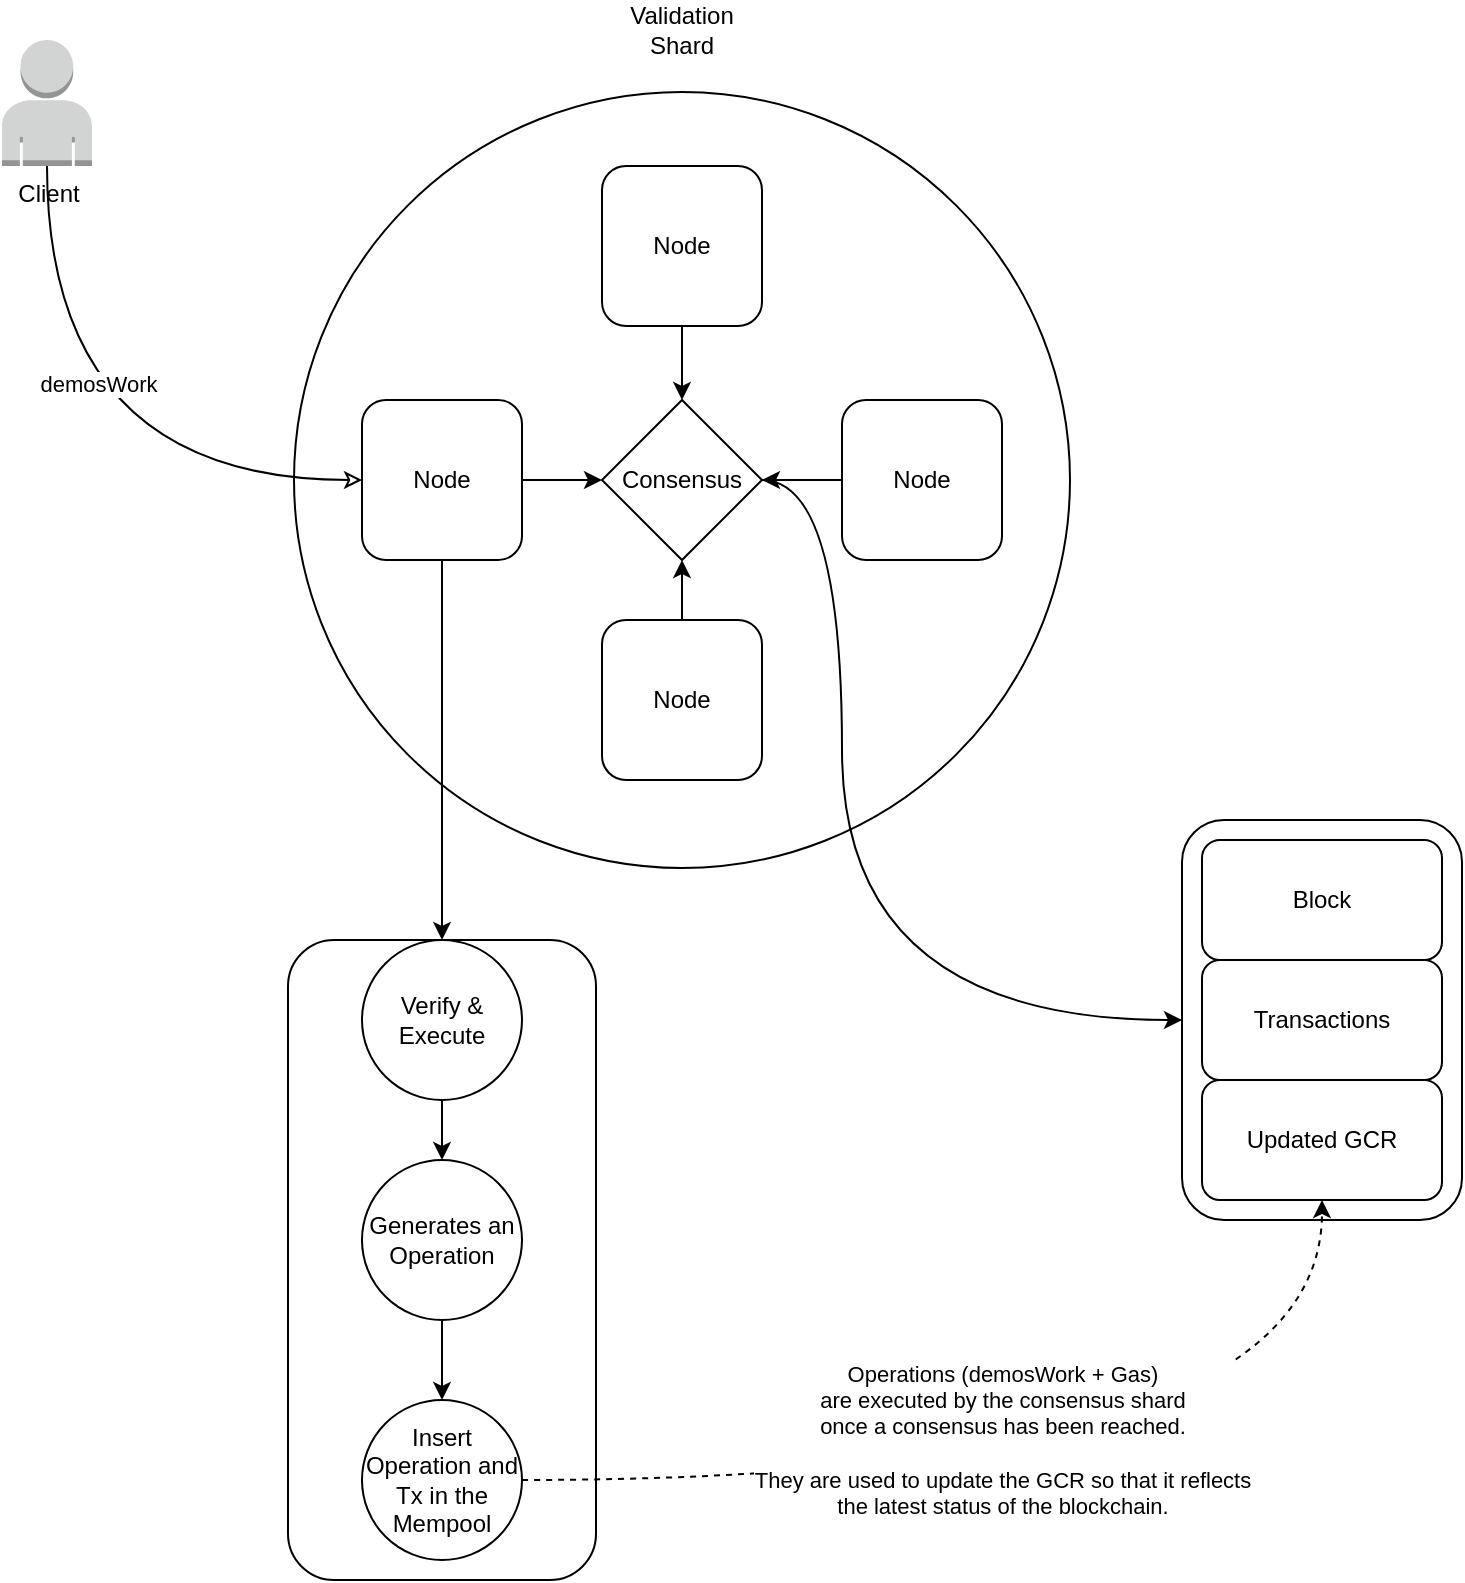
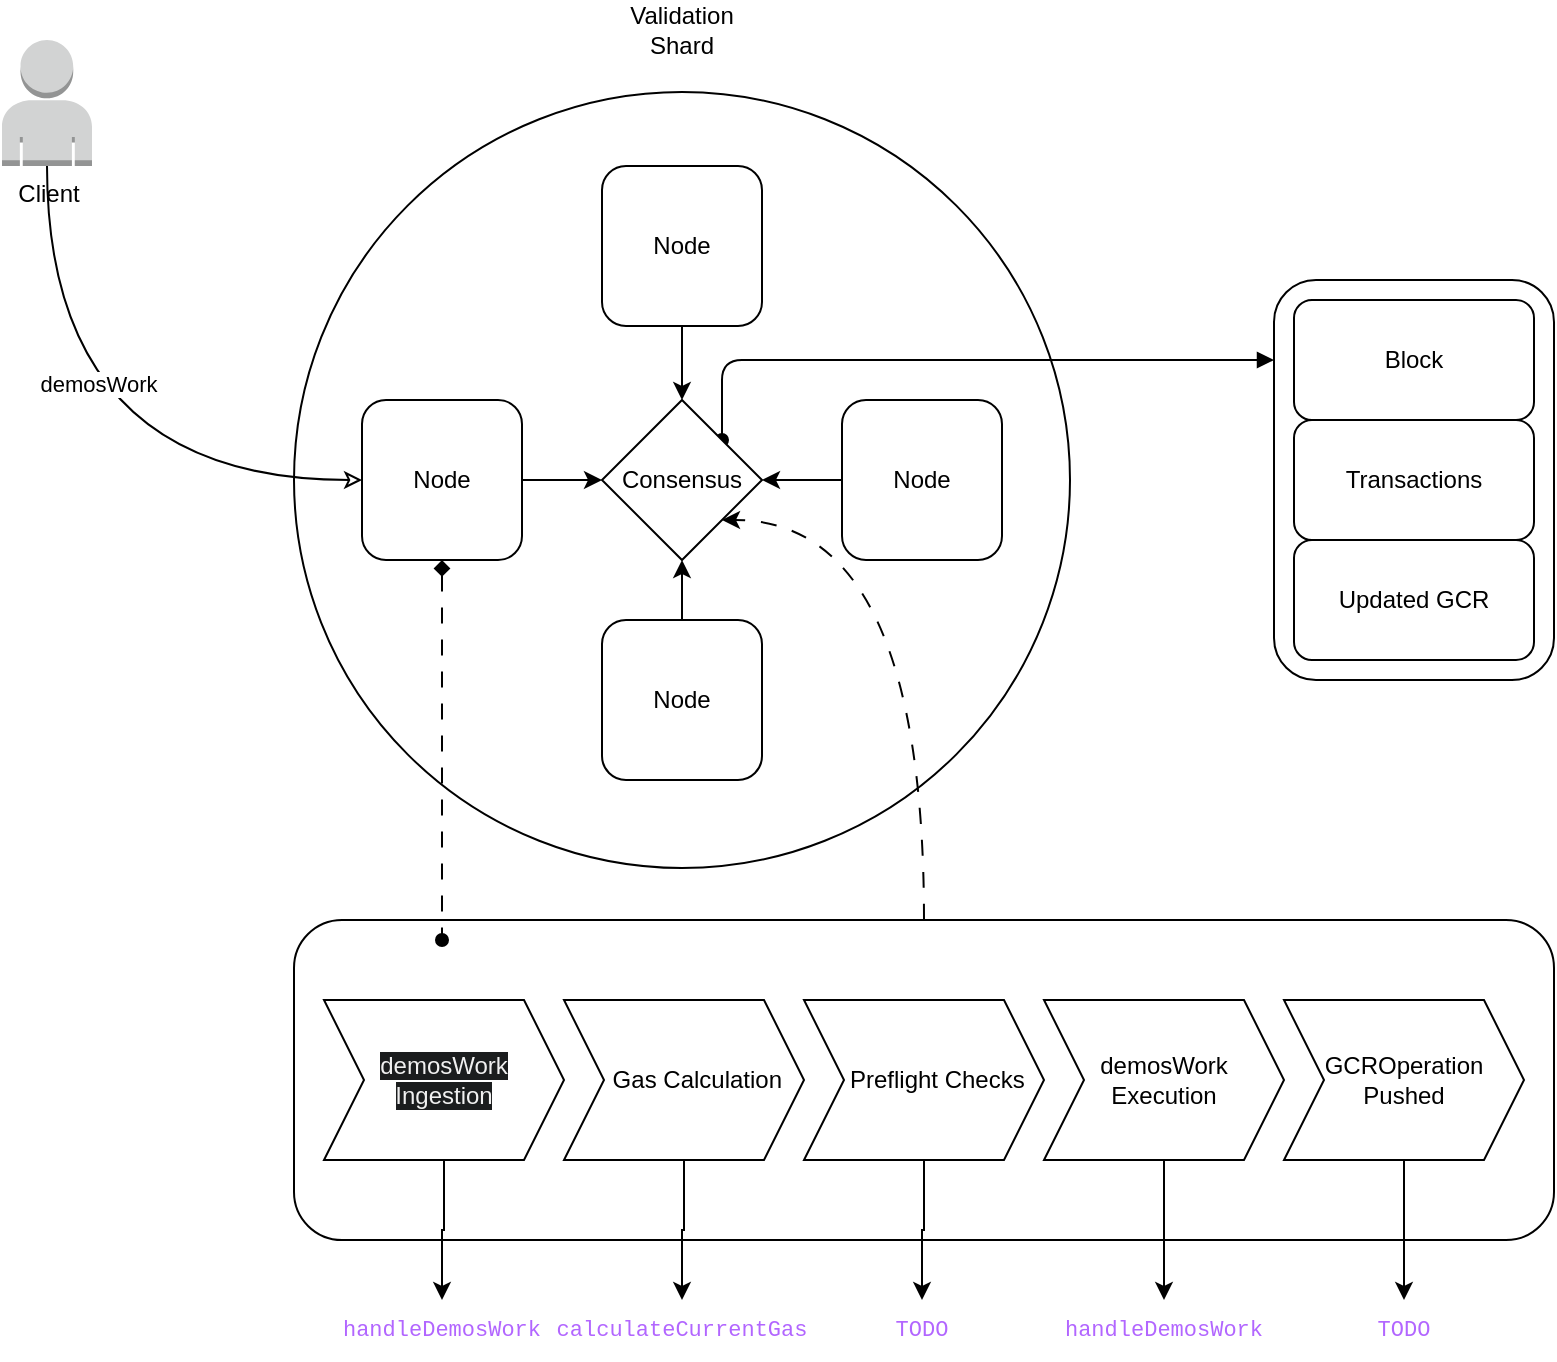
<mxfile host="Electron" agent="Mozilla/5.0 (X11; Linux x86_64) AppleWebKit/537.36 (KHTML, like Gecko) draw.io/24.7.17 Chrome/128.0.6613.36 Electron/32.0.1 Safari/537.36" version="24.7.17">
  <diagram name="Pagina-1" id="6OgqxmN-AjYIUyBp4-R9">
    <mxGraphModel dx="983" dy="633" grid="1" gridSize="10" guides="1" tooltips="1" connect="1" arrows="1" fold="1" page="1" pageScale="1" pageWidth="827" pageHeight="1169" math="0" shadow="0">
      <root>
        <mxCell id="0" />
        <mxCell id="1" parent="0" />
+         <mxCell id="Wrf8SN04h6yrP1RkwF0V-42" style="edgeStyle=orthogonalEdgeStyle;rounded=0;orthogonalLoop=1;jettySize=auto;html=1;entryX=1;entryY=1;entryDx=0;entryDy=0;curved=1;dashed=1;dashPattern=8 8;" edge="1" parent="1" source="Wrf8SN04h6yrP1RkwF0V-38" target="Wrf8SN04h6yrP1RkwF0V-18">
+           <mxGeometry relative="1" as="geometry">
+             <Array as="points">
+               <mxPoint x="521" y="280" />
+             </Array>
+           </mxGeometry>
+         </mxCell>
+         <mxCell id="Wrf8SN04h6yrP1RkwF0V-38" value="" style="rounded=1;whiteSpace=wrap;html=1;fillColor=none;" vertex="1" parent="1">
+           <mxGeometry x="206" y="480" width="630" height="160" as="geometry" />
+         </mxCell>
+         <mxCell id="Wrf8SN04h6yrP1RkwF0V-43" style="edgeStyle=orthogonalEdgeStyle;rounded=1;orthogonalLoop=1;jettySize=auto;html=1;entryX=1;entryY=0;entryDx=0;entryDy=0;startArrow=block;startFill=1;endArrow=oval;endFill=1;curved=0;" edge="1" parent="1" source="Wrf8SN04h6yrP1RkwF0V-27" target="Wrf8SN04h6yrP1RkwF0V-18">
+           <mxGeometry relative="1" as="geometry">
+             <Array as="points">
+               <mxPoint x="420" y="200" />
+             </Array>
+           </mxGeometry>
+         </mxCell>
        <mxCell id="Wrf8SN04h6yrP1RkwF0V-27" value="" style="rounded=1;whiteSpace=wrap;html=1;fillColor=none;" vertex="1" parent="1">
-           <mxGeometry x="650" y="430" width="140" height="200" as="geometry" />
-         </mxCell>
-         <mxCell id="Wrf8SN04h6yrP1RkwF0V-17" value="" style="rounded=1;whiteSpace=wrap;html=1;fillColor=none;" vertex="1" parent="1">
-           <mxGeometry x="203" y="490" width="154" height="320" as="geometry" />
+           <mxGeometry x="696" y="160" width="140" height="200" as="geometry" />
        </mxCell>
        <mxCell id="Wrf8SN04h6yrP1RkwF0V-6" value="" style="ellipse;whiteSpace=wrap;html=1;aspect=fixed;fillColor=none;" vertex="1" parent="1">
          <mxGeometry x="206" y="66" width="388" height="388" as="geometry" />
        </mxCell>
        <mxCell id="8zVRzssK-uAtErr2Ynbm-1" value="Client" style="outlineConnect=0;dashed=0;verticalLabelPosition=bottom;verticalAlign=top;align=center;html=1;shape=mxgraph.aws3.user;fillColor=#D2D3D3;gradientColor=none;" parent="1" vertex="1">
          <mxGeometry x="60" y="40" width="45" height="63" as="geometry" />
        </mxCell>
        <mxCell id="Wrf8SN04h6yrP1RkwF0V-9" style="edgeStyle=orthogonalEdgeStyle;rounded=0;orthogonalLoop=1;jettySize=auto;html=1;curved=1;startArrow=classic;startFill=0;endArrow=none;endFill=0;" edge="1" parent="1" source="Wrf8SN04h6yrP1RkwF0V-1" target="8zVRzssK-uAtErr2Ynbm-1">
          <mxGeometry relative="1" as="geometry" />
        </mxCell>
        <mxCell id="Wrf8SN04h6yrP1RkwF0V-10" value="demosWork" style="edgeLabel;html=1;align=center;verticalAlign=middle;resizable=0;points=[];" vertex="1" connectable="0" parent="Wrf8SN04h6yrP1RkwF0V-9">
          <mxGeometry x="0.3088" y="-25" relative="1" as="geometry">
            <mxPoint as="offset" />
          </mxGeometry>
        </mxCell>
-         <mxCell id="Wrf8SN04h6yrP1RkwF0V-12" style="edgeStyle=orthogonalEdgeStyle;rounded=0;orthogonalLoop=1;jettySize=auto;html=1;" edge="1" parent="1" source="Wrf8SN04h6yrP1RkwF0V-1" target="Wrf8SN04h6yrP1RkwF0V-11">
-           <mxGeometry relative="1" as="geometry" />
+         <mxCell id="Wrf8SN04h6yrP1RkwF0V-12" style="edgeStyle=orthogonalEdgeStyle;rounded=0;orthogonalLoop=1;jettySize=auto;html=1;dashed=1;dashPattern=8 8;startArrow=diamond;startFill=1;endArrow=oval;endFill=1;" edge="1" parent="1" source="Wrf8SN04h6yrP1RkwF0V-1">
+           <mxGeometry relative="1" as="geometry">
+             <mxPoint x="280" y="490" as="targetPoint" />
+           </mxGeometry>
        </mxCell>
        <mxCell id="Wrf8SN04h6yrP1RkwF0V-20" value="" style="edgeStyle=orthogonalEdgeStyle;rounded=0;orthogonalLoop=1;jettySize=auto;html=1;" edge="1" parent="1" source="Wrf8SN04h6yrP1RkwF0V-1" target="Wrf8SN04h6yrP1RkwF0V-18">
          <mxGeometry relative="1" as="geometry" />
        </mxCell>
        <mxCell id="Wrf8SN04h6yrP1RkwF0V-1" value="Node" style="whiteSpace=wrap;html=1;aspect=fixed;rounded=1;" vertex="1" parent="1">
          <mxGeometry x="240" y="220" width="80" height="80" as="geometry" />
        </mxCell>
        <mxCell id="Wrf8SN04h6yrP1RkwF0V-22" value="" style="edgeStyle=orthogonalEdgeStyle;rounded=0;orthogonalLoop=1;jettySize=auto;html=1;" edge="1" parent="1" source="Wrf8SN04h6yrP1RkwF0V-3" target="Wrf8SN04h6yrP1RkwF0V-18">
          <mxGeometry relative="1" as="geometry" />
        </mxCell>
        <mxCell id="Wrf8SN04h6yrP1RkwF0V-3" value="Node" style="whiteSpace=wrap;html=1;aspect=fixed;rounded=1;" vertex="1" parent="1">
          <mxGeometry x="360" y="103" width="80" height="80" as="geometry" />
        </mxCell>
        <mxCell id="Wrf8SN04h6yrP1RkwF0V-19" value="" style="edgeStyle=orthogonalEdgeStyle;rounded=0;orthogonalLoop=1;jettySize=auto;html=1;" edge="1" parent="1" source="Wrf8SN04h6yrP1RkwF0V-4" target="Wrf8SN04h6yrP1RkwF0V-18">
          <mxGeometry relative="1" as="geometry" />
        </mxCell>
        <mxCell id="Wrf8SN04h6yrP1RkwF0V-4" value="Node" style="whiteSpace=wrap;html=1;aspect=fixed;rounded=1;" vertex="1" parent="1">
          <mxGeometry x="480" y="220" width="80" height="80" as="geometry" />
        </mxCell>
        <mxCell id="Wrf8SN04h6yrP1RkwF0V-21" value="" style="edgeStyle=orthogonalEdgeStyle;rounded=0;orthogonalLoop=1;jettySize=auto;html=1;" edge="1" parent="1" source="Wrf8SN04h6yrP1RkwF0V-5" target="Wrf8SN04h6yrP1RkwF0V-18">
          <mxGeometry relative="1" as="geometry" />
        </mxCell>
        <mxCell id="Wrf8SN04h6yrP1RkwF0V-5" value="Node" style="whiteSpace=wrap;html=1;aspect=fixed;rounded=1;" vertex="1" parent="1">
          <mxGeometry x="360" y="330" width="80" height="80" as="geometry" />
        </mxCell>
        <mxCell id="Wrf8SN04h6yrP1RkwF0V-7" value="Validation Shard" style="text;html=1;align=center;verticalAlign=middle;whiteSpace=wrap;rounded=0;" vertex="1" parent="1">
          <mxGeometry x="370" y="20" width="60" height="30" as="geometry" />
        </mxCell>
-         <mxCell id="Wrf8SN04h6yrP1RkwF0V-15" value="" style="edgeStyle=orthogonalEdgeStyle;rounded=0;orthogonalLoop=1;jettySize=auto;html=1;" edge="1" parent="1" source="Wrf8SN04h6yrP1RkwF0V-11" target="Wrf8SN04h6yrP1RkwF0V-13">
-           <mxGeometry relative="1" as="geometry" />
-         </mxCell>
-         <mxCell id="Wrf8SN04h6yrP1RkwF0V-11" value="Verify &amp;amp; Execute" style="ellipse;whiteSpace=wrap;html=1;aspect=fixed;" vertex="1" parent="1">
-           <mxGeometry x="240" y="490" width="80" height="80" as="geometry" />
-         </mxCell>
-         <mxCell id="Wrf8SN04h6yrP1RkwF0V-16" value="" style="edgeStyle=orthogonalEdgeStyle;rounded=0;orthogonalLoop=1;jettySize=auto;html=1;" edge="1" parent="1" source="Wrf8SN04h6yrP1RkwF0V-13" target="Wrf8SN04h6yrP1RkwF0V-14">
-           <mxGeometry relative="1" as="geometry" />
-         </mxCell>
-         <mxCell id="Wrf8SN04h6yrP1RkwF0V-13" value="Generates an Operation" style="ellipse;whiteSpace=wrap;html=1;aspect=fixed;" vertex="1" parent="1">
-           <mxGeometry x="240" y="600" width="80" height="80" as="geometry" />
-         </mxCell>
-         <mxCell id="Wrf8SN04h6yrP1RkwF0V-30" value="Operations (demosWork + Gas)&lt;br&gt;are executed by the consensus shard&lt;br&gt;once a consensus has been reached.&lt;br&gt;&lt;br&gt;They are used to update the GCR so that it reflects&lt;br&gt;the latest status of the blockchain." style="edgeStyle=orthogonalEdgeStyle;rounded=0;orthogonalLoop=1;jettySize=auto;html=1;entryX=0.5;entryY=1;entryDx=0;entryDy=0;curved=1;dashed=1;" edge="1" parent="1" source="Wrf8SN04h6yrP1RkwF0V-14" target="Wrf8SN04h6yrP1RkwF0V-25">
-           <mxGeometry x="-0.1111" y="20" relative="1" as="geometry">
-             <Array as="points">
-               <mxPoint x="720" y="760" />
-             </Array>
-             <mxPoint as="offset" />
-           </mxGeometry>
-         </mxCell>
-         <mxCell id="Wrf8SN04h6yrP1RkwF0V-14" value="Insert Operation and Tx in the Mempool" style="ellipse;whiteSpace=wrap;html=1;aspect=fixed;" vertex="1" parent="1">
-           <mxGeometry x="240" y="720" width="80" height="80" as="geometry" />
-         </mxCell>
-         <mxCell id="Wrf8SN04h6yrP1RkwF0V-28" style="edgeStyle=orthogonalEdgeStyle;rounded=0;orthogonalLoop=1;jettySize=auto;html=1;entryX=0;entryY=0.5;entryDx=0;entryDy=0;curved=1;" edge="1" parent="1" source="Wrf8SN04h6yrP1RkwF0V-18" target="Wrf8SN04h6yrP1RkwF0V-27">
-           <mxGeometry relative="1" as="geometry">
-             <Array as="points">
-               <mxPoint x="480" y="260" />
-               <mxPoint x="480" y="530" />
-             </Array>
-           </mxGeometry>
-         </mxCell>
        <mxCell id="Wrf8SN04h6yrP1RkwF0V-18" value="Consensus" style="rhombus;whiteSpace=wrap;html=1;" vertex="1" parent="1">
          <mxGeometry x="360" y="220" width="80" height="80" as="geometry" />
        </mxCell>
        <mxCell id="Wrf8SN04h6yrP1RkwF0V-23" value="Block" style="rounded=1;whiteSpace=wrap;html=1;" vertex="1" parent="1">
-           <mxGeometry x="660" y="440" width="120" height="60" as="geometry" />
+           <mxGeometry x="706" y="170" width="120" height="60" as="geometry" />
        </mxCell>
        <mxCell id="Wrf8SN04h6yrP1RkwF0V-24" value="Transactions" style="rounded=1;whiteSpace=wrap;html=1;" vertex="1" parent="1">
-           <mxGeometry x="660" y="500" width="120" height="60" as="geometry" />
+           <mxGeometry x="706" y="230" width="120" height="60" as="geometry" />
        </mxCell>
        <mxCell id="Wrf8SN04h6yrP1RkwF0V-25" value="Updated GCR" style="rounded=1;whiteSpace=wrap;html=1;" vertex="1" parent="1">
-           <mxGeometry x="660" y="560" width="120" height="60" as="geometry" />
+           <mxGeometry x="706" y="290" width="120" height="60" as="geometry" />
+         </mxCell>
+         <mxCell id="Wrf8SN04h6yrP1RkwF0V-49" value="" style="edgeStyle=orthogonalEdgeStyle;rounded=0;orthogonalLoop=1;jettySize=auto;html=1;" edge="1" parent="1" source="Wrf8SN04h6yrP1RkwF0V-33" target="Wrf8SN04h6yrP1RkwF0V-48">
+           <mxGeometry relative="1" as="geometry" />
+         </mxCell>
+         <mxCell id="Wrf8SN04h6yrP1RkwF0V-33" value="&lt;span style=&quot;color: rgb(240, 240, 240); font-family: Helvetica; font-size: 12px; font-style: normal; font-variant-ligatures: normal; font-variant-caps: normal; font-weight: 400; letter-spacing: normal; orphans: 2; text-align: center; text-indent: 0px; text-transform: none; widows: 2; word-spacing: 0px; -webkit-text-stroke-width: 0px; white-space: normal; background-color: rgb(27, 29, 30); text-decoration-thickness: initial; text-decoration-style: initial; text-decoration-color: initial; display: inline !important; float: none;&quot;&gt;demosWork&lt;/span&gt;&lt;br style=&quot;forced-color-adjust: none; border-color: rgb(0, 0, 0); color: rgb(240, 240, 240); font-family: Helvetica; font-size: 12px; font-style: normal; font-variant-ligatures: normal; font-variant-caps: normal; font-weight: 400; letter-spacing: normal; orphans: 2; text-align: center; text-indent: 0px; text-transform: none; widows: 2; word-spacing: 0px; -webkit-text-stroke-width: 0px; white-space: normal; background-color: rgb(27, 29, 30); text-decoration-thickness: initial; text-decoration-style: initial; text-decoration-color: initial;&quot;&gt;&lt;span style=&quot;color: rgb(240, 240, 240); font-family: Helvetica; font-size: 12px; font-style: normal; font-variant-ligatures: normal; font-variant-caps: normal; font-weight: 400; letter-spacing: normal; orphans: 2; text-align: center; text-indent: 0px; text-transform: none; widows: 2; word-spacing: 0px; -webkit-text-stroke-width: 0px; white-space: normal; background-color: rgb(27, 29, 30); text-decoration-thickness: initial; text-decoration-style: initial; text-decoration-color: initial; display: inline !important; float: none;&quot;&gt;Ingestion&lt;/span&gt;" style="shape=step;perimeter=stepPerimeter;whiteSpace=wrap;html=1;fixedSize=1;" vertex="1" parent="1">
+           <mxGeometry x="221" y="520" width="120" height="80" as="geometry" />
+         </mxCell>
+         <mxCell id="Wrf8SN04h6yrP1RkwF0V-47" value="" style="edgeStyle=orthogonalEdgeStyle;rounded=0;orthogonalLoop=1;jettySize=auto;html=1;" edge="1" parent="1" source="Wrf8SN04h6yrP1RkwF0V-34" target="Wrf8SN04h6yrP1RkwF0V-46">
+           <mxGeometry relative="1" as="geometry" />
+         </mxCell>
+         <mxCell id="Wrf8SN04h6yrP1RkwF0V-34" value="&amp;nbsp; &amp;nbsp; Gas Calculation" style="shape=step;perimeter=stepPerimeter;whiteSpace=wrap;html=1;fixedSize=1;" vertex="1" parent="1">
+           <mxGeometry x="341" y="520" width="120" height="80" as="geometry" />
+         </mxCell>
+         <mxCell id="Wrf8SN04h6yrP1RkwF0V-51" value="" style="edgeStyle=orthogonalEdgeStyle;rounded=0;orthogonalLoop=1;jettySize=auto;html=1;" edge="1" parent="1" source="Wrf8SN04h6yrP1RkwF0V-35" target="Wrf8SN04h6yrP1RkwF0V-50">
+           <mxGeometry relative="1" as="geometry" />
+         </mxCell>
+         <mxCell id="Wrf8SN04h6yrP1RkwF0V-35" value="&amp;nbsp; &amp;nbsp; Preflight Checks" style="shape=step;perimeter=stepPerimeter;whiteSpace=wrap;html=1;fixedSize=1;" vertex="1" parent="1">
+           <mxGeometry x="461" y="520" width="120" height="80" as="geometry" />
+         </mxCell>
+         <mxCell id="Wrf8SN04h6yrP1RkwF0V-53" value="" style="edgeStyle=orthogonalEdgeStyle;rounded=0;orthogonalLoop=1;jettySize=auto;html=1;" edge="1" parent="1" source="Wrf8SN04h6yrP1RkwF0V-36" target="Wrf8SN04h6yrP1RkwF0V-52">
+           <mxGeometry relative="1" as="geometry" />
+         </mxCell>
+         <mxCell id="Wrf8SN04h6yrP1RkwF0V-36" value="demosWork&lt;br&gt;Execution" style="shape=step;perimeter=stepPerimeter;whiteSpace=wrap;html=1;fixedSize=1;" vertex="1" parent="1">
+           <mxGeometry x="581" y="520" width="120" height="80" as="geometry" />
+         </mxCell>
+         <mxCell id="Wrf8SN04h6yrP1RkwF0V-55" value="" style="edgeStyle=orthogonalEdgeStyle;rounded=0;orthogonalLoop=1;jettySize=auto;html=1;" edge="1" parent="1" source="Wrf8SN04h6yrP1RkwF0V-37" target="Wrf8SN04h6yrP1RkwF0V-54">
+           <mxGeometry relative="1" as="geometry" />
+         </mxCell>
+         <mxCell id="Wrf8SN04h6yrP1RkwF0V-37" value="GCROperation&lt;br&gt;Pushed" style="shape=step;perimeter=stepPerimeter;whiteSpace=wrap;html=1;fixedSize=1;" vertex="1" parent="1">
+           <mxGeometry x="701" y="520" width="120" height="80" as="geometry" />
+         </mxCell>
+         <mxCell id="Wrf8SN04h6yrP1RkwF0V-46" value="calculateCurrentGas" style="text;html=1;align=center;verticalAlign=middle;whiteSpace=wrap;rounded=0;fontFamily=Courier New;fontColor=#B266FF;fontSize=11;" vertex="1" parent="1">
+           <mxGeometry x="370" y="670" width="60" height="30" as="geometry" />
+         </mxCell>
+         <mxCell id="Wrf8SN04h6yrP1RkwF0V-48" value="handleDemosWork" style="text;html=1;align=center;verticalAlign=middle;whiteSpace=wrap;rounded=0;fontFamily=Courier New;fontColor=#B266FF;fontSize=11;" vertex="1" parent="1">
+           <mxGeometry x="250" y="670" width="60" height="30" as="geometry" />
+         </mxCell>
+         <mxCell id="Wrf8SN04h6yrP1RkwF0V-50" value="TODO" style="text;html=1;align=center;verticalAlign=middle;whiteSpace=wrap;rounded=0;fontFamily=Courier New;fontColor=#B266FF;fontSize=11;" vertex="1" parent="1">
+           <mxGeometry x="490" y="670" width="60" height="30" as="geometry" />
+         </mxCell>
+         <mxCell id="Wrf8SN04h6yrP1RkwF0V-52" value="handleDemosWork" style="text;html=1;align=center;verticalAlign=middle;whiteSpace=wrap;rounded=0;fontFamily=Courier New;fontColor=#B266FF;fontSize=11;" vertex="1" parent="1">
+           <mxGeometry x="611" y="670" width="60" height="30" as="geometry" />
+         </mxCell>
+         <mxCell id="Wrf8SN04h6yrP1RkwF0V-54" value="TODO" style="text;html=1;align=center;verticalAlign=middle;whiteSpace=wrap;rounded=0;fontFamily=Courier New;fontColor=#B266FF;fontSize=11;" vertex="1" parent="1">
+           <mxGeometry x="731" y="670" width="60" height="30" as="geometry" />
        </mxCell>
      </root>
    </mxGraphModel>
  </diagram>
</mxfile>
